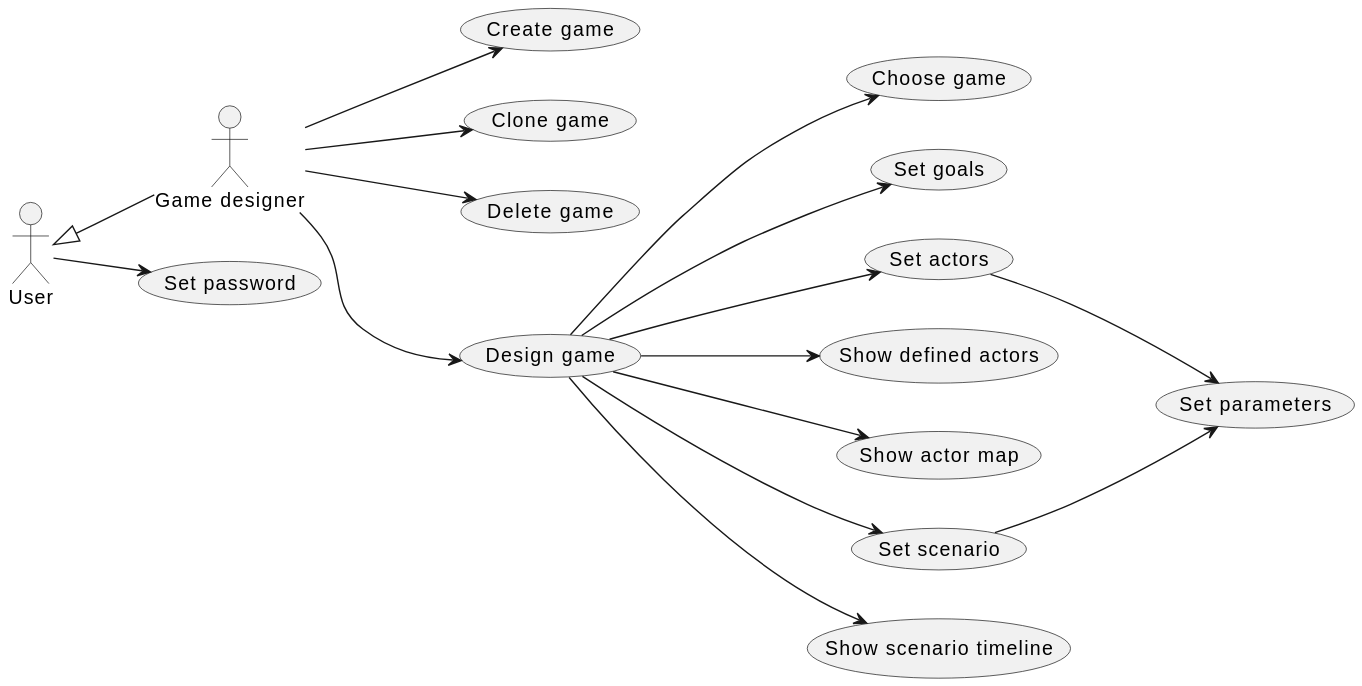
Above: doc/1-use-cases/diagrams/game-design.svg in averbraeck/gscg-design (PlantUML), before the change.
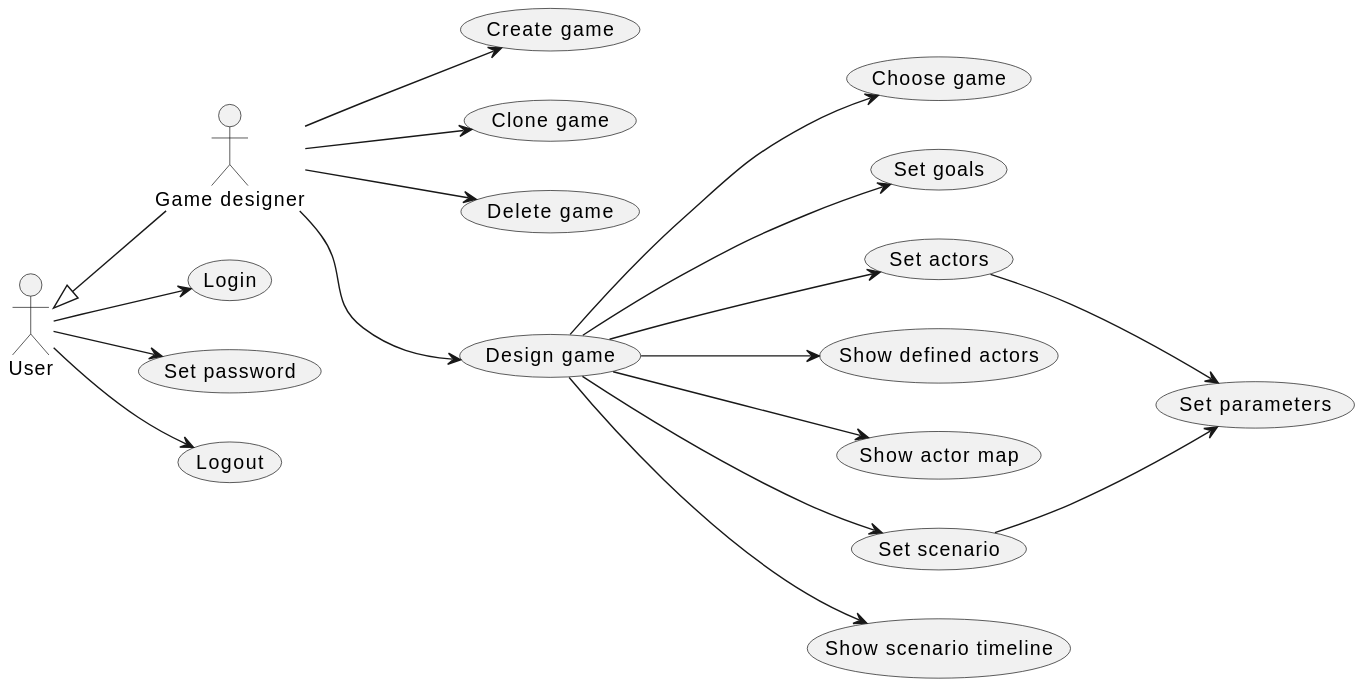
The same file after the commit.

What changed in the source:
```diff
@@ -3,7 +3,10 @@
 
 "Game designer" as GD
 User <|-- GD
+
+User --> (Login)
 User --> (Set password)
+User --> (Logout)
 
 GD --> (Create game)
 
```
